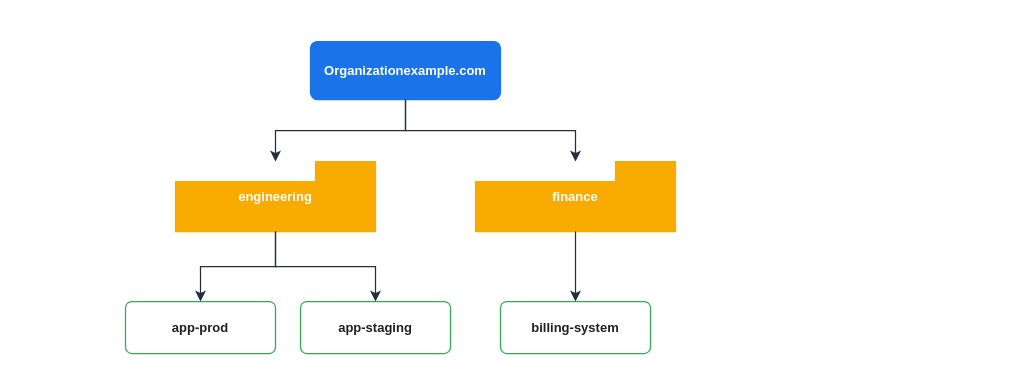
KKamJi98/kkamji98.github.io keeps this draw.io diagram as assets/img/gcp/gcp-org-tree.drawio. Above is the earlier version. Source tidied: cells renumbered, new cells numbered last; positions are measured from the earlier drawing's top-left corner, leaving out a move shared by most shapes. Both pictures are drawn from the tidied source at 100%, with x=0, y=0 at pixel (125, 41).
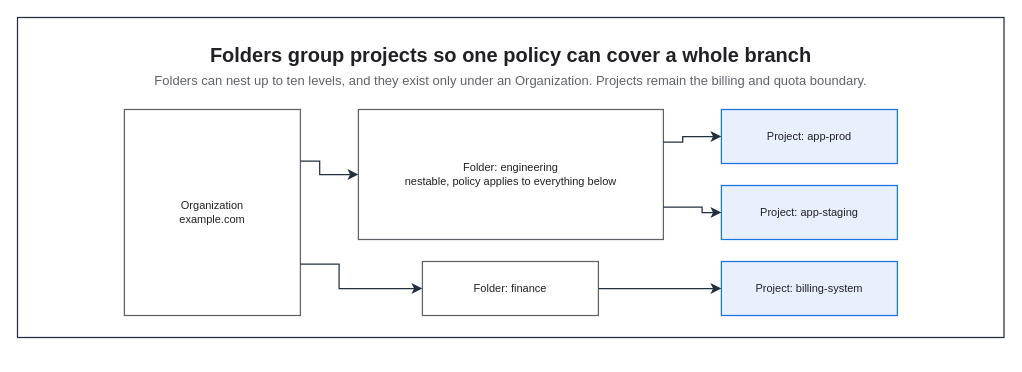
The same page after the edit.

Diff of the diagram source:
```diff
@@
+    <mxCell id="13" style="rounded=0;html=0;fillColor=none;strokeColor=#232F3E;fontColor=#202124;strokeWidth=1.25;" parent="1" vertex="1">
+      <mxGeometry x="-108" y="-24" width="986.5" height="320" as="geometry" />
+    </mxCell>
+    <mxCell id="14" value="Folders group projects so one policy can cover a whole branch" style="text;html=0;whiteSpace=wrap;fillColor=none;strokeColor=none;fontColor=#202124;fontSize=20;fontStyle=1;align=center;verticalAlign=middle;" parent="1" vertex="1">
+      <mxGeometry x="-86" y="-2" width="942.5" height="30" as="geometry" />
+    </mxCell>
+    <mxCell id="15" value="Folders can nest up to ten levels, and they exist only under an Organization. Projects remain the billing and quota boundary." style="text;html=0;whiteSpace=wrap;fillColor=none;strokeColor=none;fontColor=#5F6368;fontSize=13;fontStyle=0;align=center;verticalAlign=middle;" parent="1" vertex="1">
+      <mxGeometry x="-86" y="28" width="942.5" height="22" as="geometry" />
+    </mxCell>
-    <mxCell id="2" value="Organizationexample.com" style="rounded=1;arcSize=12;whiteSpace=wrap;html=0;fillColor=#1A73E8;strokeColor=#1A73E8;fontColor=#FFFFFF;fontSize=13;fontStyle=1;verticalAlign=middle;align=center;strokeWidth=1.25;" parent="1" vertex="1">
-      <mxGeometry x="185" width="190" height="58" as="geometry" />
+    <mxCell id="2" value="Organization&#10;example.com" style="rounded=0;whiteSpace=wrap;html=0;fillColor=#FFFFFF;strokeColor=#5F6368;fontColor=#202124;fontSize=11;fontStyle=0;align=center;verticalAlign=middle;spacingLeft=6;spacingRight=6;strokeWidth=1.25;" parent="1" vertex="1">
+      <mxGeometry x="-1.1" y="68" width="176" height="206" as="geometry" />
     </mxCell>
-    <mxCell id="3" value="engineering" style="shape=folder;html=0;whiteSpace=wrap;fillColor=#F9AB00;strokeColor=#F9AB00;fontColor=#FFFFFF;fontSize=13;fontStyle=1;verticalAlign=middle;align=center;strokeWidth=1.25;" parent="1" vertex="1">
-      <mxGeometry x="50" y="120" width="200" height="70" as="geometry" />
+    <mxCell id="3" value="Folder: engineering&#10;nestable, policy applies to everything below" style="rounded=0;whiteSpace=wrap;html=0;fillColor=#FFFFFF;strokeColor=#5F6368;fontColor=#202124;fontSize=11;fontStyle=0;align=center;verticalAlign=middle;spacingLeft=6;spacingRight=6;strokeWidth=1.25;" parent="1" vertex="1">
+      <mxGeometry x="232.9" y="68" width="305" height="130" as="geometry" />
     </mxCell>
-    <mxCell id="4" value="finance" style="shape=folder;html=0;whiteSpace=wrap;fillColor=#F9AB00;strokeColor=#F9AB00;fontColor=#FFFFFF;fontSize=13;fontStyle=1;verticalAlign=middle;align=center;strokeWidth=1.25;" parent="1" vertex="1">
-      <mxGeometry x="350" y="120" width="200" height="70" as="geometry" />
+    <mxCell id="4" value="Folder: finance" style="rounded=0;whiteSpace=wrap;html=0;fillColor=#FFFFFF;strokeColor=#5F6368;fontColor=#202124;fontSize=11;fontStyle=0;align=center;verticalAlign=middle;spacingLeft=6;spacingRight=6;strokeWidth=1.25;" parent="1" vertex="1">
+      <mxGeometry x="296.9" y="220" width="176" height="54" as="geometry" />
     </mxCell>
-    <mxCell id="5" value="app-prod" style="rounded=1;arcSize=12;whiteSpace=wrap;html=0;fillColor=#FFFFFF;strokeColor=#34A853;fontColor=#202124;fontSize=13;fontStyle=1;verticalAlign=middle;align=center;strokeWidth=1.25;" parent="1" vertex="1">
-      <mxGeometry y="260" width="150" height="52" as="geometry" />
+    <mxCell id="5" value="Project: app-prod" style="rounded=0;whiteSpace=wrap;html=0;fillColor=#E8F0FE;strokeColor=#1A73E8;fontColor=#202124;fontSize=11;fontStyle=0;align=center;verticalAlign=middle;spacingLeft=6;spacingRight=6;strokeWidth=1.25;" parent="1" vertex="1">
+      <mxGeometry x="595.9" y="68" width="176" height="54" as="geometry" />
     </mxCell>
-    <mxCell id="6" value="app-staging" style="rounded=1;arcSize=12;whiteSpace=wrap;html=0;fillColor=#FFFFFF;strokeColor=#34A853;fontColor=#202124;fontSize=13;fontStyle=1;verticalAlign=middle;align=center;strokeWidth=1.25;" parent="1" vertex="1">
-      <mxGeometry x="175" y="260" width="150" height="52" as="geometry" />
+    <mxCell id="6" value="Project: app-staging" style="rounded=0;whiteSpace=wrap;html=0;fillColor=#E8F0FE;strokeColor=#1A73E8;fontColor=#202124;fontSize=11;fontStyle=0;align=center;verticalAlign=middle;spacingLeft=6;spacingRight=6;strokeWidth=1.25;" parent="1" vertex="1">
+      <mxGeometry x="595.9" y="144" width="176" height="54" as="geometry" />
     </mxCell>
-    <mxCell id="7" value="billing-system" style="rounded=1;arcSize=12;whiteSpace=wrap;html=0;fillColor=#FFFFFF;strokeColor=#34A853;fontColor=#202124;fontSize=13;fontStyle=1;verticalAlign=middle;align=center;strokeWidth=1.25;" parent="1" vertex="1">
-      <mxGeometry x="375" y="260" width="150" height="52" as="geometry" />
-    </mxCell>
+    <mxCell id="16" value="Project: billing-system" style="rounded=0;whiteSpace=wrap;html=0;fillColor=#E8F0FE;strokeColor=#1A73E8;fontColor=#202124;fontSize=11;fontStyle=0;align=center;verticalAlign=middle;spacingLeft=6;spacingRight=6;strokeWidth=1.25;" parent="1" vertex="1">
+      <mxGeometry x="595.9" y="220" width="176" height="54" as="geometry" />
+    </mxCell>
-    <mxCell id="8" style="edgeStyle=orthogonalEdgeStyle;html=0;rounded=0;strokeColor=#232F3E;strokeWidth=1.25;fontColor=#202124;endArrow=classic;exitX=0.5;exitY=1;exitDx=0;exitDy=0;entryX=0.5;entryY=0;entryDx=0;entryDy=0;endSize=7;" parent="1" edge="1" source="2" target="3">
-      <mxGeometry relative="1" as="geometry" />
+    <mxCell id="8" style="edgeStyle=orthogonalEdgeStyle;rounded=0;html=0;strokeColor=#232F3E;strokeWidth=1.25;endArrow=classic;endFill=1;endSize=7;fontSize=11;fontColor=#202124;labelBackgroundColor=none;jettySize=14;exitX=1;exitY=0.25;entryX=0;entryY=0.5;exitDx=0;exitDy=0;entryDx=0;entryDy=0;" parent="1" edge="1" source="2" target="3">
+      <mxGeometry relative="1" as="geometry">
+        <Array as="points">
+          <mxPoint x="194.2" y="119.5" />
+          <mxPoint x="194.2" y="133" />
+        </Array>
+      </mxGeometry>
     </mxCell>
-    <mxCell id="9" style="edgeStyle=orthogonalEdgeStyle;html=0;rounded=0;strokeColor=#232F3E;strokeWidth=1.25;fontColor=#202124;endArrow=classic;exitX=0.5;exitY=1;exitDx=0;exitDy=0;entryX=0.5;entryY=0;entryDx=0;entryDy=0;endSize=7;" parent="1" edge="1" source="2" target="4">
-      <mxGeometry relative="1" as="geometry" />
+    <mxCell id="9" style="edgeStyle=orthogonalEdgeStyle;rounded=0;html=0;strokeColor=#232F3E;strokeWidth=1.25;endArrow=classic;endFill=1;endSize=7;fontSize=11;fontColor=#202124;labelBackgroundColor=none;jettySize=14;exitX=1;exitY=0.75;entryX=0;entryY=0.5;exitDx=0;exitDy=0;entryDx=0;entryDy=0;" parent="1" edge="1" source="2" target="4">
+      <mxGeometry relative="1" as="geometry">
+        <Array as="points">
+          <mxPoint x="213.6" y="222.5" />
+          <mxPoint x="213.6" y="247" />
+        </Array>
+      </mxGeometry>
     </mxCell>
-    <mxCell id="10" style="edgeStyle=orthogonalEdgeStyle;html=0;rounded=0;strokeColor=#232F3E;strokeWidth=1.25;fontColor=#202124;endArrow=classic;exitX=0.5;exitY=1;exitDx=0;exitDy=0;entryX=0.5;entryY=0;entryDx=0;entryDy=0;endSize=7;" parent="1" edge="1" source="3" target="5">
-      <mxGeometry relative="1" as="geometry" />
+    <mxCell id="10" style="edgeStyle=orthogonalEdgeStyle;rounded=0;html=0;strokeColor=#232F3E;strokeWidth=1.25;endArrow=classic;endFill=1;endSize=7;fontSize=11;fontColor=#202124;labelBackgroundColor=none;jettySize=14;exitX=1;exitY=0.25;entryX=0;entryY=0.5;exitDx=0;exitDy=0;entryDx=0;entryDy=0;" parent="1" edge="1" source="3" target="5">
+      <mxGeometry relative="1" as="geometry">
+        <Array as="points">
+          <mxPoint x="557.2" y="100.5" />
+          <mxPoint x="557.2" y="95" />
+        </Array>
+      </mxGeometry>
     </mxCell>
-    <mxCell id="11" style="edgeStyle=orthogonalEdgeStyle;html=0;rounded=0;strokeColor=#232F3E;strokeWidth=1.25;fontColor=#202124;endArrow=classic;exitX=0.5;exitY=1;exitDx=0;exitDy=0;entryX=0.5;entryY=0;entryDx=0;entryDy=0;endSize=7;" parent="1" edge="1" source="3" target="6">
-      <mxGeometry relative="1" as="geometry" />
+    <mxCell id="11" style="edgeStyle=orthogonalEdgeStyle;rounded=0;html=0;strokeColor=#232F3E;strokeWidth=1.25;endArrow=classic;endFill=1;endSize=7;fontSize=11;fontColor=#202124;labelBackgroundColor=none;jettySize=14;exitX=1;exitY=0.75;entryX=0;entryY=0.5;exitDx=0;exitDy=0;entryDx=0;entryDy=0;" parent="1" edge="1" source="3" target="6">
+      <mxGeometry relative="1" as="geometry">
+        <Array as="points">
+          <mxPoint x="576.6" y="165.5" />
+          <mxPoint x="576.6" y="171" />
+        </Array>
+      </mxGeometry>
     </mxCell>
-    <mxCell id="12" style="edgeStyle=orthogonalEdgeStyle;html=0;rounded=0;strokeColor=#232F3E;strokeWidth=1.25;fontColor=#202124;endArrow=classic;exitX=0.5;exitY=1;exitDx=0;exitDy=0;entryX=0.5;entryY=0;entryDx=0;entryDy=0;endSize=7;" parent="1" edge="1" source="4" target="7">
-      <mxGeometry relative="1" as="geometry" />
-    </mxCell>
+    <mxCell id="17" style="edgeStyle=orthogonalEdgeStyle;rounded=0;html=0;strokeColor=#232F3E;strokeWidth=1.25;endArrow=classic;endFill=1;endSize=7;fontSize=11;fontColor=#202124;labelBackgroundColor=none;jettySize=14;exitX=1;exitY=0.5;entryX=0;entryY=0.5;exitDx=0;exitDy=0;entryDx=0;entryDy=0;" parent="1" edge="1" source="4" target="16">
+      <mxGeometry relative="1" as="geometry" />
+    </mxCell>
```
